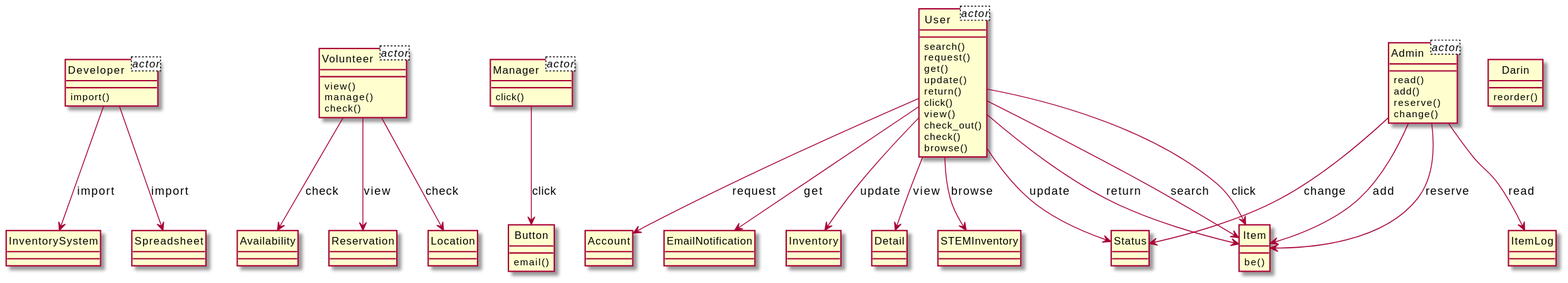
This is output/diagram_5/2017-USC-Project02.svg from xixixhalu/DomainModelExtractor, a PlantUML export, as it was before one commit.
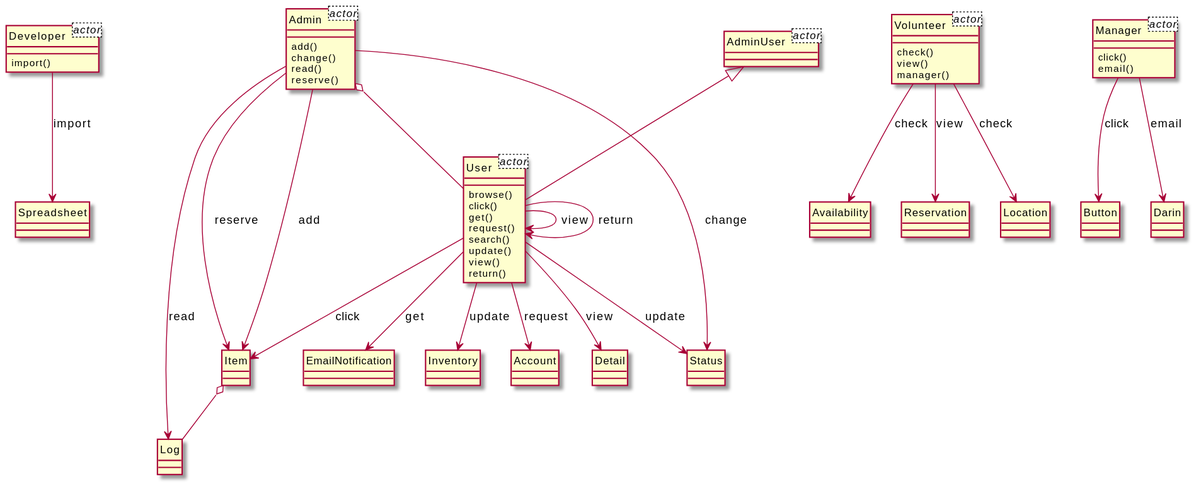
The same diagram one commit later.

Diff of the diagram source:
```diff
@@ -1,6 +1,8 @@
 @startuml
 hide circle
 class Developer<actor> {
+}
+class Admin<actor> {
 }
 class Volunteer<actor> {
 }
@@ -8,87 +10,83 @@
 }
 class User<actor> {
 }
-class Admin<actor> {
+class AdminUser<actor> {
+}
+class Log {
 }
 class User {
+	browse()
+	click()
+	get()
+	request()
 	search()
-	request()
-	get()
 	update()
+	view()
 	return()
-	click()
-	view()
-	check_out()
-	check()
-	browse()
 }
-class STEMInventory {
-}
-class Admin {
-	read()
-	add()
-	reserve()
-	change()
-}
-class Item {
-	be()
-}
-class Volunteer {
-	view()
-	manage()
-	check()
-}
-class Availability {
-}
-class Reservation {
-}
-class ItemLog {
+class Detail {
 }
 class Manager {
 	click()
+	email()
 }
 class Button {
-	email()
+}
+class Inventory {
+}
+class Item {
+}
+class EmailNotification {
+}
+class Admin {
+	add()
+	change()
+	read()
+	reserve()
+}
+class Status {
+}
+class Volunteer {
+	check()
+	view()
+	manager()
+}
+class Availability {
 }
 class Developer {
 	import()
 }
-class InventorySystem {
+class Spreadsheet {
+}
+class Darin {
+}
+class Reservation {
+}
+class Account {
 }
 class Location {
 }
-class Status {
+class AdminUser {
 }
-class Account {
-}
-class Spreadsheet {
-}
-class EmailNotification {
-}
-class Darin {
-	reorder()
-}
-class Inventory {
-}
-class Detail {
-}
-User --> STEMInventory : browse
-Admin --> ItemLog : read
+User --> EmailNotification : get
 Admin --> Status : change
+User --> Detail : view
+User --> Status : update
+User --> Account : request
+Admin --> Log : read
+Volunteer --> Location : check
+Manager --> Button : click
+AdminUser <|-- User
 User --> Inventory : update
-Manager --> Button : click
-User --> Detail : view
+Admin o-- User
+Item o-- Log
+Volunteer --> Availability : check
+User --> User : view
+User --> User : return
+Developer --> Spreadsheet : import
+Manager --> Darin : email
+User --> Item : click
+Volunteer --> Reservation : view
+Admin --> Item : add
 Admin --> Item : reserve
-Volunteer --> Availability : check
-Developer --> InventorySystem : import
-User --> Item : return
-Volunteer --> Location : check
-User --> Item : search
-Admin --> Item : add
-User --> Status : update
-User --> EmailNotification : get
-User --> Item : click
-User --> Account : request
-Developer --> Spreadsheet : import
-Volunteer --> Reservation : view
 @enduml
```
